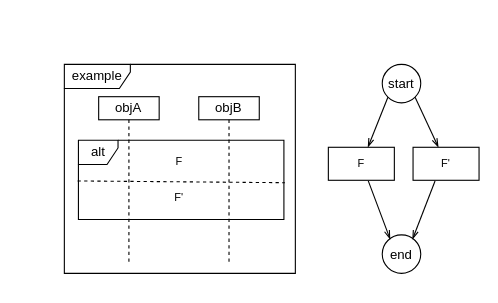
The draw.io diagram alt.drawio in ShiYufei0708/draw, before the edit. Source tidied: cells renumbered, new cells numbered last; positions are measured from the earlier drawing's top-left corner, leaving out a move shared by most shapes. Both pictures are drawn from the tidied source at 110%, with x=0, y=0 at pixel (64, 64).
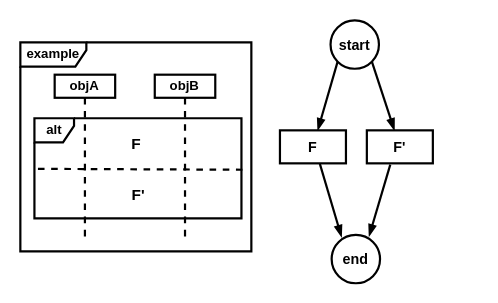
After the change.

Diff of the diagram source:
```diff
@@
 <mxGraphModel>
   <root>
     <mxCell id="0" />
     <mxCell id="1" parent="0" />
-    <mxCell id="2" style="group;" parent="1" vertex="1">
-      <mxGeometry width="210" height="190" as="geometry" />
+    <mxCell id="2" style="group;fontStyle=1;strokeWidth=2;" parent="1" vertex="1">
+      <mxGeometry x="-40" y="-20" width="210" height="190" as="geometry" />
     </mxCell>
-    <mxCell id="3" value="objA" style="shape=umlLifeline;perimeter=lifelinePerimeter;whiteSpace=wrap;html=1;newEdgeStyle={&quot;curved&quot;:0,&quot;rounded&quot;:0};size=21;" parent="2" vertex="1">
+    <mxCell id="3" value="objA" style="shape=umlLifeline;perimeter=lifelinePerimeter;whiteSpace=wrap;html=1;newEdgeStyle={&quot;curved&quot;:0,&quot;rounded&quot;:0};size=21;fontStyle=1;strokeWidth=2;" parent="2" vertex="1">
       <mxGeometry x="31.2" y="29.4" width="55" height="150.9" as="geometry" />
     </mxCell>
-    <mxCell id="4" value="alt" style="shape=umlFrame;whiteSpace=wrap;html=1;width=36;height=22;" parent="2" vertex="1">
-      <mxGeometry x="12.8" y="69" width="186.8" height="72" as="geometry" />
+    <mxCell id="4" value="alt" style="shape=umlFrame;whiteSpace=wrap;html=1;width=36;height=22;fontStyle=1;strokeWidth=2;" parent="2" vertex="1">
+      <mxGeometry x="12.8" y="69" width="188.2" height="91" as="geometry" />
     </mxCell>
-    <mxCell id="5" value="example" style="shape=umlFrame;whiteSpace=wrap;html=1;width=60;height=22;" parent="2" vertex="1">
+    <mxCell id="5" value="example" style="shape=umlFrame;whiteSpace=wrap;html=1;width=60;height=22;fontStyle=1;strokeWidth=2;" parent="2" vertex="1">
       <mxGeometry width="210" height="190" as="geometry" />
     </mxCell>
-    <mxCell id="6" value="&lt;font style=&quot;font-size: 10px;&quot;&gt;F'&lt;/font&gt;" style="text;html=1;align=center;verticalAlign=middle;strokeColor=none;fillColor=none;" parent="2" vertex="1">
-      <mxGeometry x="90.6" y="108" width="26" height="26" as="geometry" />
+    <mxCell id="6" value="&lt;font style=&quot;font-size: 14px;&quot;&gt;F'&lt;/font&gt;" style="text;html=1;align=center;verticalAlign=middle;strokeColor=none;fillColor=none;fontStyle=1;strokeWidth=2;" parent="2" vertex="1">
+      <mxGeometry x="92.4" y="124" width="29" height="29" as="geometry" />
     </mxCell>
-    <mxCell id="7" value="&lt;span style=&quot;&quot;&gt;&lt;font style=&quot;font-size: 10px;&quot;&gt;F&lt;/font&gt;&lt;/span&gt;" style="text;html=1;align=center;verticalAlign=middle;strokeColor=none;fillColor=none;" parent="2" vertex="1">
-      <mxGeometry x="91.6" y="75" width="24" height="26" as="geometry" />
+    <mxCell id="7" value="&lt;span style=&quot;&quot;&gt;&lt;font style=&quot;font-size: 14px;&quot;&gt;F&lt;/font&gt;&lt;/span&gt;" style="text;html=1;align=center;verticalAlign=middle;strokeColor=none;fillColor=none;fontStyle=1;strokeWidth=2;" parent="2" vertex="1">
+      <mxGeometry x="89.6" y="77" width="30" height="30" as="geometry" />
     </mxCell>
-    <mxCell id="8" style="endArrow=none;dashed=1;html=1;rounded=0;entryX=1.005;entryY=0.536;entryDx=0;entryDy=0;entryPerimeter=0;" parent="2" edge="1" target="4">
+    <mxCell id="8" style="endArrow=none;dashed=1;html=1;rounded=0;entryX=1.005;entryY=0.536;entryDx=0;entryDy=0;entryPerimeter=0;fontStyle=1;strokeWidth=2;" parent="2" edge="1">
       <mxGeometry relative="1" as="geometry">
-        <mxPoint x="12" y="106" as="sourcePoint" />
+        <mxPoint x="16" y="115" as="sourcePoint" />
+        <mxPoint x="201.9" y="115.8" as="targetPoint" />
       </mxGeometry>
     </mxCell>
-    <mxCell id="9" value="objB" style="shape=umlLifeline;perimeter=lifelinePerimeter;whiteSpace=wrap;html=1;newEdgeStyle={&quot;curved&quot;:0,&quot;rounded&quot;:0};size=21;" parent="2" vertex="1">
+    <mxCell id="9" value="objB" style="shape=umlLifeline;perimeter=lifelinePerimeter;whiteSpace=wrap;html=1;newEdgeStyle={&quot;curved&quot;:0,&quot;rounded&quot;:0};size=21;fontStyle=1;strokeWidth=2;" parent="2" vertex="1">
       <mxGeometry x="122.2" y="29.4" width="55" height="150.9" as="geometry" />
     </mxCell>
-    <mxCell id="10" style="rounded=0;jettySize=auto;html=1;exitX=0;exitY=1;exitDx=0;exitDy=0;endArrow=openThin;endFill=0;" parent="1" edge="1" source="12" target="15">
+    <mxCell id="10" style="rounded=0;jettySize=auto;html=1;exitX=0;exitY=1;exitDx=0;exitDy=0;endArrow=blockThin;endFill=1;fontStyle=1;strokeWidth=2;" parent="1" edge="1" source="12" target="15">
       <mxGeometry relative="1" as="geometry" />
     </mxCell>
-    <mxCell id="11" style="rounded=0;jettySize=auto;html=1;exitX=1;exitY=1;exitDx=0;exitDy=0;endArrow=openThin;endFill=0;" parent="1" edge="1" source="12" target="16">
+    <mxCell id="11" style="rounded=0;jettySize=auto;html=1;exitX=1;exitY=1;exitDx=0;exitDy=0;endArrow=blockThin;endFill=1;fontStyle=1;strokeWidth=2;" parent="1" edge="1" source="12" target="16">
       <mxGeometry relative="1" as="geometry" />
     </mxCell>
-    <mxCell id="12" value="start" style="ellipse;whiteSpace=wrap;html=1;" parent="1" vertex="1">
-      <mxGeometry x="289" width="35" height="35" as="geometry" />
+    <mxCell id="12" value="&lt;font style=&quot;font-size: 13px;&quot;&gt;start&lt;/font&gt;" style="ellipse;whiteSpace=wrap;html=1;fontStyle=1;strokeWidth=2;" parent="1" vertex="1">
+      <mxGeometry x="242" y="-40" width="44" height="44" as="geometry" />
     </mxCell>
-    <mxCell id="13" value="end" style="ellipse;whiteSpace=wrap;html=1;" parent="1" vertex="1">
-      <mxGeometry x="289" y="155" width="35" height="35" as="geometry" />
+    <mxCell id="13" value="&lt;font style=&quot;font-size: 13px;&quot;&gt;end&lt;/font&gt;" style="ellipse;whiteSpace=wrap;html=1;fontStyle=1;strokeWidth=2;" parent="1" vertex="1">
+      <mxGeometry x="243" y="155" width="44" height="44" as="geometry" />
     </mxCell>
-    <mxCell id="14" style="rounded=0;jettySize=auto;html=1;entryX=0.204;entryY=0.113;entryDx=0;entryDy=0;exitX=0.605;exitY=1.016;exitDx=0;exitDy=0;exitPerimeter=0;endArrow=openThin;endFill=0;entryPerimeter=0;" parent="1" edge="1" source="15" target="13">
-      <mxGeometry relative="1" as="geometry" />
+    <mxCell id="14" style="rounded=0;jettySize=auto;html=1;exitX=0.605;exitY=1.016;exitDx=0;exitDy=0;exitPerimeter=0;endArrow=blockThin;endFill=1;fontStyle=1;strokeWidth=2;" parent="1" edge="1" source="15">
+      <mxGeometry relative="1" as="geometry">
+        <mxPoint x="252" y="157" as="targetPoint" />
+      </mxGeometry>
     </mxCell>
-    <mxCell id="15" value="&lt;span style=&quot;font-size: 10px;&quot;&gt;F&lt;/span&gt;" style="rounded=0;whiteSpace=wrap;html=1;" parent="1" vertex="1">
-      <mxGeometry x="240" y="75.4" width="60" height="30" as="geometry" />
+    <mxCell id="15" value="&lt;font style=&quot;font-size: 13px;&quot;&gt;F&lt;/font&gt;" style="rounded=0;whiteSpace=wrap;html=1;fontStyle=1;strokeWidth=2;" parent="1" vertex="1">
+      <mxGeometry x="196" y="60" width="60" height="30" as="geometry" />
     </mxCell>
-    <mxCell id="16" value="&lt;font style=&quot;font-size: 10px;&quot;&gt;F'&lt;/font&gt;" style="rounded=0;whiteSpace=wrap;html=1;" parent="1" vertex="1">
-      <mxGeometry x="317" y="75.4" width="60" height="30" as="geometry" />
+    <mxCell id="16" value="&lt;font style=&quot;font-size: 13px;&quot;&gt;F'&lt;/font&gt;" style="rounded=0;whiteSpace=wrap;html=1;fontStyle=1;strokeWidth=2;" parent="1" vertex="1">
+      <mxGeometry x="275" y="60" width="60" height="30" as="geometry" />
     </mxCell>
-    <mxCell id="17" style="rounded=0;jettySize=auto;html=1;entryX=0.786;entryY=0.114;entryDx=0;entryDy=0;endArrow=openThin;endFill=0;entryPerimeter=0;" parent="1" edge="1" target="13">
-      <mxGeometry relative="1" as="geometry">
-        <mxPoint x="337" y="106" as="sourcePoint" />
-      </mxGeometry>
+    <mxCell id="17" style="rounded=0;jettySize=auto;html=1;entryX=0.773;entryY=0.029;entryDx=0;entryDy=0;endArrow=blockThin;endFill=1;entryPerimeter=0;exitX=0.355;exitY=1.039;exitDx=0;exitDy=0;exitPerimeter=0;fontStyle=1;strokeWidth=2;" parent="1" edge="1" source="16" target="13">
+      <mxGeometry relative="1" as="geometry" />
     </mxCell>
   </root>
 </mxGraphModel>
```
